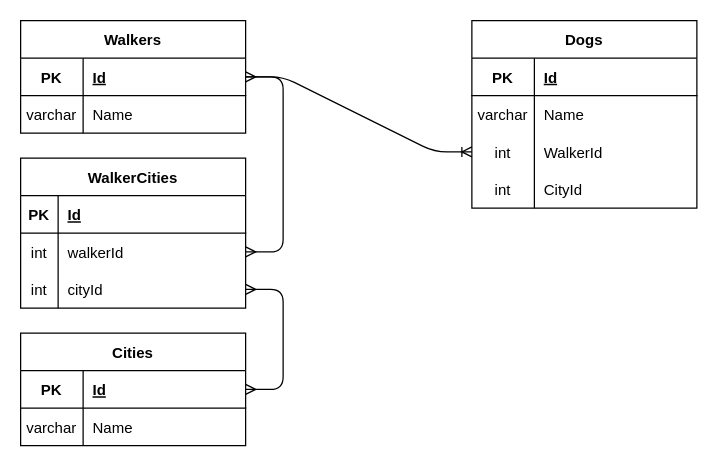
This is DeShawnsERD.drawio from Ryan-Mathis/DeShawnsFullStack, a draw.io file, before an edit. Source tidied: cells renumbered, new cells numbered last; positions are measured from the earlier drawing's top-left corner, leaving out a move shared by most shapes. Both pictures are drawn from the tidied source at 125%, with x=0, y=0 at pixel (20, 20).
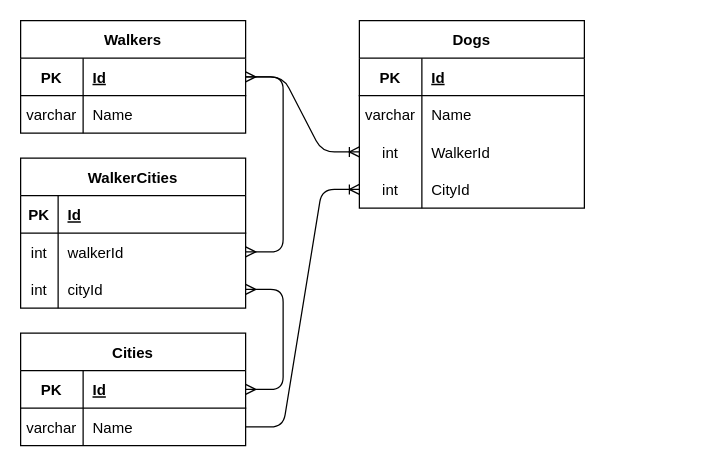
The same diagram, later.

Unchanged cells that the change refers to:
```xml
<mxCell id="13" style="shape=tableRow;horizontal=0;startSize=0;swimlaneHead=0;swimlaneBody=0;fillColor=none;points=[[0,0.5],[1,0.5]];portConstraint=eastwest;top=0;left=0;right=0;bottom=0;" parent="9" vertex="1">
  <mxGeometry y="60" width="180" height="30" as="geometry" />
</mxCell>
<mxCell id="26" style="shape=tableRow;horizontal=0;startSize=0;swimlaneHead=0;swimlaneBody=0;fillColor=none;points=[[0,0.5],[1,0.5]];portConstraint=eastwest;top=0;left=0;right=0;bottom=0;" parent="16" vertex="1">
  <mxGeometry y="120" width="180" height="30" as="geometry" />
</mxCell>
```

Change to the diagram source:
```diff
@@
     <mxCell id="16" value="Dogs" style="shape=table;startSize=30;childLayout=tableLayout;rowLines=0;fontStyle=1;align=center;" parent="1" vertex="1">
-      <mxGeometry x="361" width="180" height="150" as="geometry" />
+      <mxGeometry x="271" width="180" height="150" as="geometry" />
     </mxCell>
@@
+    <mxCell id="42" style="edgeStyle=entityRelationEdgeStyle;fontSize=12;html=1;endArrow=ERoneToMany;exitX=1;exitY=0.5;exitDx=0;exitDy=0;entryX=0;entryY=0.5;entryDx=0;entryDy=0;" parent="1" edge="1" source="13" target="26">
+      <mxGeometry relative="1" as="geometry" />
+    </mxCell>
```
